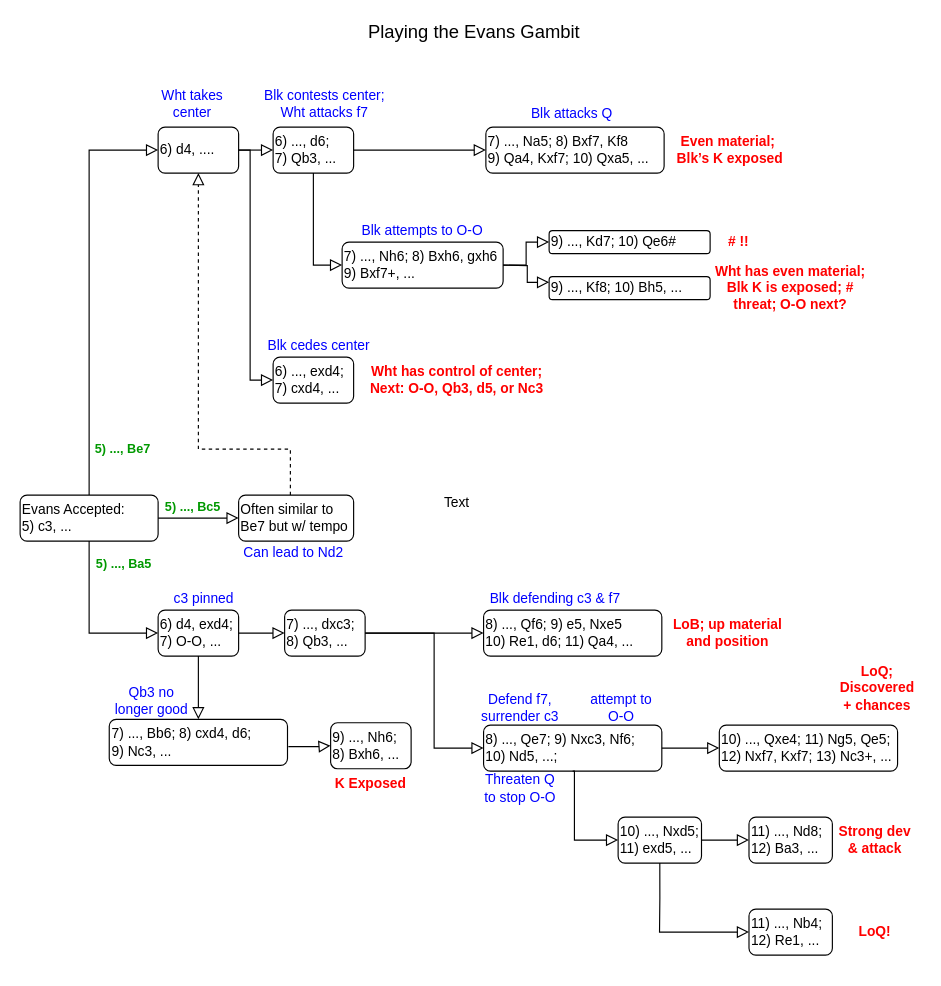
This is Evans - 20200628 v01.drawio from tsnellgrove/draw.io, a draw.io file, before an edit. Source tidied: cells renumbered, new cells numbered last; positions are measured from the earlier drawing's top-left corner, leaving out a move shared by most shapes. Both pictures are drawn from the tidied source at 115%, with x=0, y=0 at pixel (20, 20).
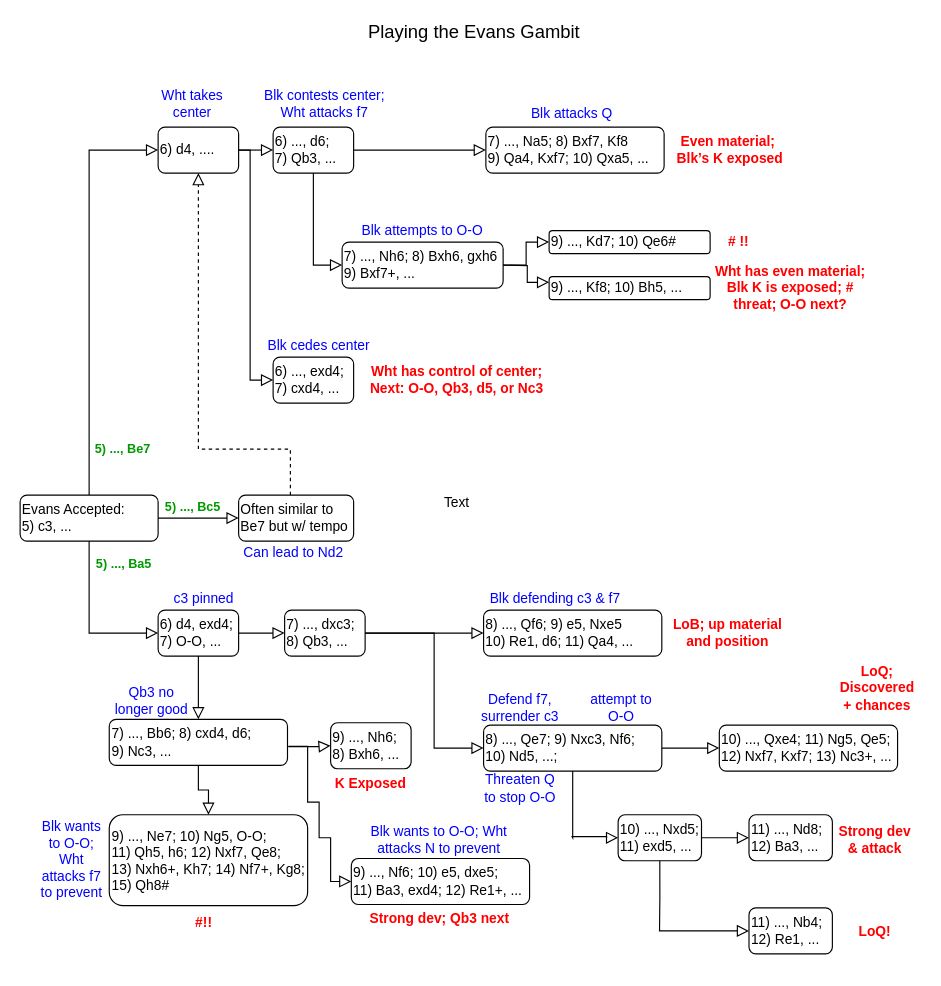
After the change.

Unchanged cells that the change refers to:
```xml
<mxCell id="39" value="8) ..., Qe7; 9) Nxc3, Nf6;&lt;br&gt;10) Nd5, ...;" style="rounded=1;whiteSpace=wrap;html=1;fontSize=12;glass=0;strokeWidth=1;shadow=0;align=left;" parent="1" vertex="1">
  <mxGeometry x="403" y="613" width="155" height="40" as="geometry" />
</mxCell>
<mxCell id="57" value="7) ..., Bb6; 8) cxd4, d6;&lt;br&gt;9) Nc3, ..." style="rounded=1;whiteSpace=wrap;html=1;fontSize=12;glass=0;strokeWidth=1;shadow=0;align=left;" parent="1" vertex="1">
  <mxGeometry x="77.5" y="608" width="155" height="40" as="geometry" />
</mxCell>
```

Change to the diagram source:
```diff
@@
     <mxCell id="47" value="&lt;div&gt;10) ..., Nxd5;&lt;/div&gt;&lt;div&gt;11) exd5, ...&lt;br&gt; &lt;/div&gt;" style="rounded=1;whiteSpace=wrap;html=1;fontSize=12;glass=0;strokeWidth=1;shadow=0;align=left;" parent="1" vertex="1">
-      <mxGeometry x="520" y="693" width="72.5" height="40" as="geometry" />
+      <mxGeometry x="520" y="691" width="72.5" height="40" as="geometry" />
     </mxCell>
-    <mxCell id="48" style="rounded=0;html=1;jettySize=auto;fontSize=11;endArrow=block;endFill=0;endSize=8;strokeWidth=1;shadow=0;labelBackgroundColor=none;edgeStyle=orthogonalEdgeStyle;exitX=0.5;exitY=1;exitDx=0;exitDy=0;entryX=0;entryY=0.5;entryDx=0;entryDy=0;" parent="1" edge="1" source="39" target="47">
-      <mxGeometry relative="1" as="geometry">
-        <Array as="points">
-          <mxPoint x="482" y="653" />
-          <mxPoint x="482" y="713" />
-        </Array>
-      </mxGeometry>
-    </mxCell>
     <mxCell id="49" value="&lt;div&gt;11) ..., Nd8;&lt;/div&gt;&lt;div&gt;12) Ba3, ...&lt;br&gt; &lt;/div&gt;" style="rounded=1;whiteSpace=wrap;html=1;fontSize=12;glass=0;strokeWidth=1;shadow=0;align=left;" parent="1" vertex="1">
-      <mxGeometry x="633.8" y="693" width="72.5" height="40" as="geometry" />
+      <mxGeometry x="633.8" y="691" width="72.5" height="40" as="geometry" />
     </mxCell>
     <mxCell id="50" value="&lt;div&gt;11) ..., Nb4;&lt;/div&gt;&lt;div&gt;12) Re1, ...&lt;br&gt; &lt;/div&gt;" style="rounded=1;whiteSpace=wrap;html=1;fontSize=12;glass=0;strokeWidth=1;shadow=0;align=left;" parent="1" vertex="1">
-      <mxGeometry x="633.8" y="773" width="72.5" height="40" as="geometry" />
+      <mxGeometry x="633.8" y="772" width="72.5" height="40" as="geometry" />
     </mxCell>
@@
+    <mxCell id="63" value="9) ..., Ne7; 10) Ng5, O-O;&lt;br&gt;&lt;div&gt;11) Qh5, h6; 12) Nxf7, Qe8;&lt;/div&gt;&lt;div&gt;13) Nxh6+, Kh7; 14) Nf7+, Kg8; 15) Qh8#&lt;br&gt;&lt;/div&gt;" style="rounded=1;whiteSpace=wrap;html=1;fontSize=12;glass=0;strokeWidth=1;shadow=0;align=left;" parent="1" vertex="1">
+      <mxGeometry x="77.5" y="691" width="172.5" height="79" as="geometry" />
+    </mxCell>
+    <mxCell id="64" style="rounded=0;html=1;jettySize=auto;fontSize=11;endArrow=block;endFill=0;endSize=8;strokeWidth=1;shadow=0;labelBackgroundColor=none;edgeStyle=orthogonalEdgeStyle;exitX=0.5;exitY=1;exitDx=0;exitDy=0;entryX=0.5;entryY=0;entryDx=0;entryDy=0;" parent="1" edge="1" source="57" target="63">
+      <mxGeometry relative="1" as="geometry" />
+    </mxCell>
+    <mxCell id="48" style="rounded=0;html=1;jettySize=auto;fontSize=11;endArrow=block;endFill=0;endSize=8;strokeWidth=1;shadow=0;labelBackgroundColor=none;edgeStyle=orthogonalEdgeStyle;exitX=0.5;exitY=1;exitDx=0;exitDy=0;" parent="1" edge="1" source="39" target="47">
+      <mxGeometry relative="1" as="geometry">
+        <Array as="points">
+          <mxPoint x="481" y="711" />
+          <mxPoint x="480" y="711" />
+          <mxPoint x="480" y="710" />
+          <mxPoint x="510" y="710" />
+          <mxPoint x="510" y="711" />
+        </Array>
+      </mxGeometry>
+    </mxCell>
+    <mxCell id="65" value="#!!" style="text;html=1;strokeColor=none;fillColor=none;align=center;verticalAlign=middle;whiteSpace=wrap;rounded=0;fontColor=#FF0000;fontStyle=1;" parent="1" vertex="1">
+      <mxGeometry x="125" y="772" width="70" height="25.5" as="geometry" />
+    </mxCell>
+    <mxCell id="66" value="9) ..., Nf6; 10) e5, dxe5;&lt;br&gt;11) Ba3, exd4; 12) Re1+, ..." style="rounded=1;whiteSpace=wrap;html=1;fontSize=12;glass=0;strokeWidth=1;shadow=0;align=left;" parent="1" vertex="1">
+      <mxGeometry x="288" y="729" width="155" height="40" as="geometry" />
+    </mxCell>
+    <mxCell id="67" style="rounded=0;html=1;jettySize=auto;fontSize=11;endArrow=block;endFill=0;endSize=8;strokeWidth=1;shadow=0;labelBackgroundColor=none;edgeStyle=orthogonalEdgeStyle;entryX=0;entryY=0.5;entryDx=0;entryDy=0;exitX=1.005;exitY=0.585;exitDx=0;exitDy=0;exitPerimeter=0;" parent="1" edge="1" source="57" target="66">
+      <mxGeometry relative="1" as="geometry">
+        <Array as="points">
+          <mxPoint x="250" y="631" />
+          <mxPoint x="250" y="680" />
+          <mxPoint x="260" y="680" />
+          <mxPoint x="260" y="711" />
+          <mxPoint x="270" y="711" />
+          <mxPoint x="270" y="749" />
+        </Array>
+      </mxGeometry>
+    </mxCell>
+    <mxCell id="68" value="Blk wants to O-O; Wht attacks N to prevent" style="text;html=1;strokeColor=none;fillColor=none;align=center;verticalAlign=middle;whiteSpace=wrap;rounded=0;fontColor=#0000FF;" parent="1" vertex="1">
+      <mxGeometry x="288" y="703" width="152.5" height="20" as="geometry" />
+    </mxCell>
+    <mxCell id="69" value="Strong dev; Qb3 next" style="text;html=1;strokeColor=none;fillColor=none;align=center;verticalAlign=middle;whiteSpace=wrap;rounded=0;fontColor=#FF0000;fontStyle=1;" parent="1" vertex="1">
+      <mxGeometry x="290" y="769" width="150" height="25.5" as="geometry" />
+    </mxCell>
+    <mxCell id="70" value="Blk wants to O-O; Wht attacks f7 to prevent" style="text;html=1;strokeColor=none;fillColor=none;align=center;verticalAlign=middle;whiteSpace=wrap;rounded=0;fontColor=#0000FF;" parent="1" vertex="1">
+      <mxGeometry x="14.5" y="691" width="60" height="77" as="geometry" />
+    </mxCell>
```
